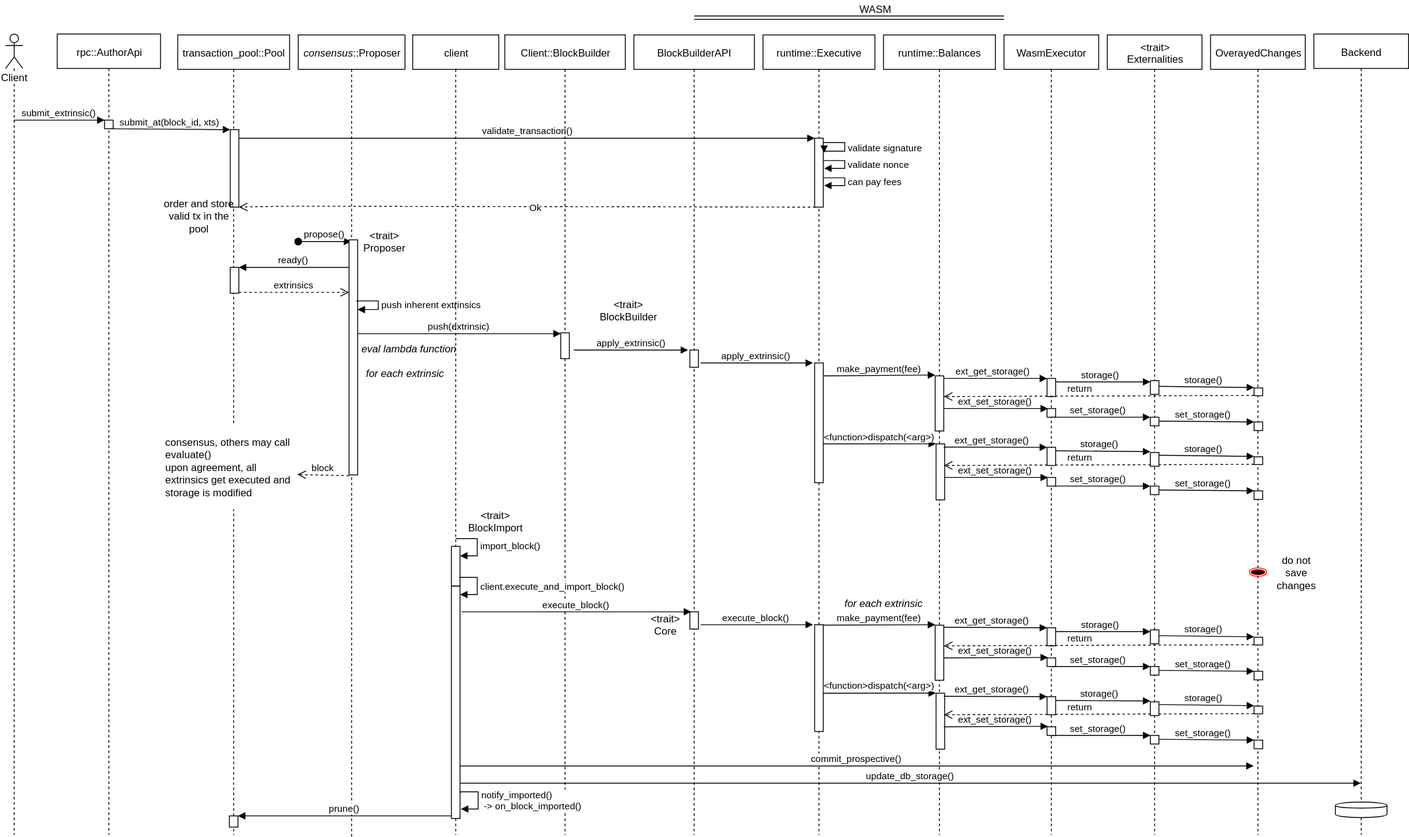
The draw.io diagram transaction sequence diagram.svg in brenzi/substrate-doc, before a commit. Source tidied: cells renumbered, new cells last; positions are measured from the earlier drawing's top-left corner, leaving out a move shared by most shapes.
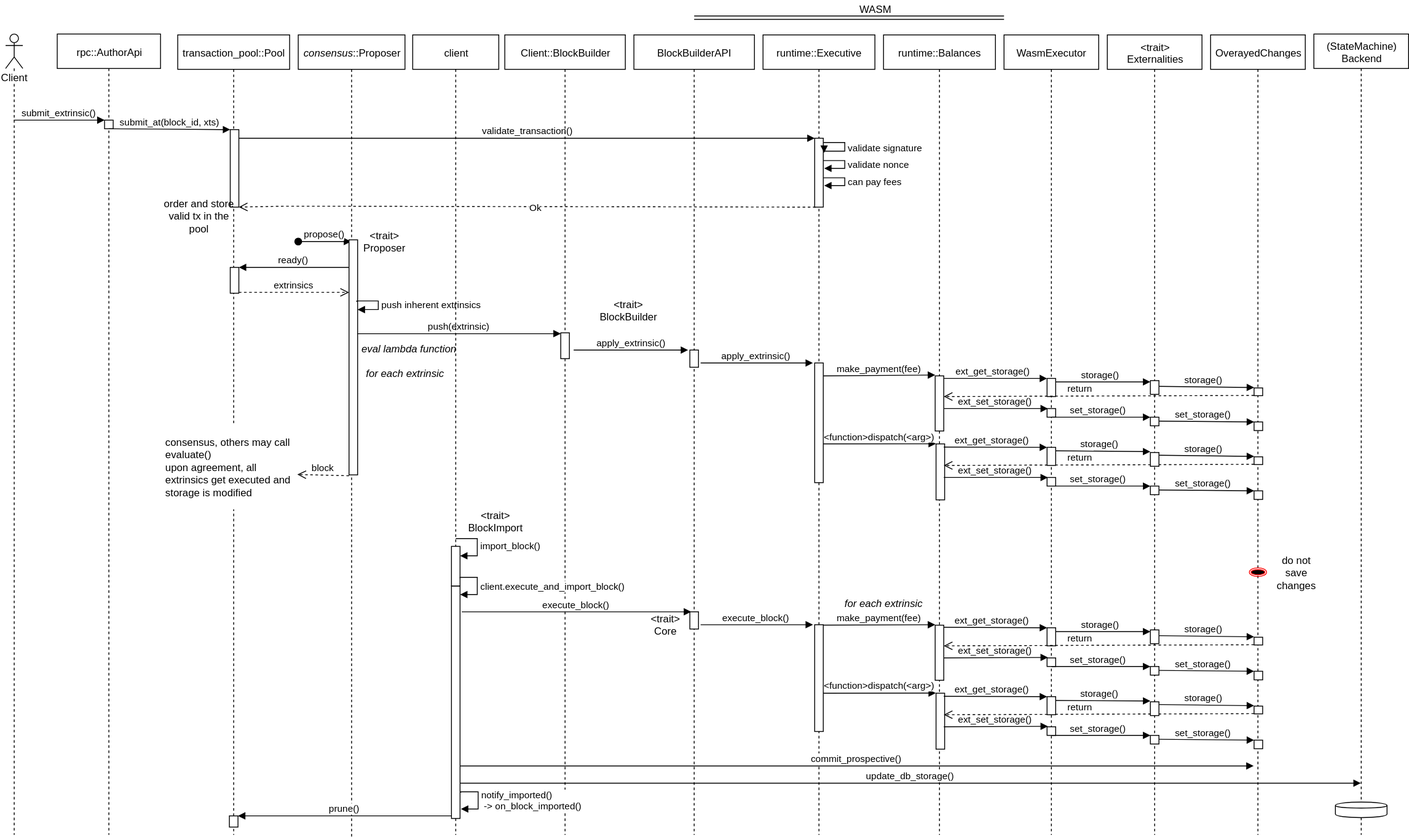
Later version of the same file.

Commit message:
commented backend to belong to state machine

What changed in the source:
```diff
@@ -298,7 +298,7 @@
     <mxCell id="71" style="html=1;perimeter=orthogonalPerimeter;" parent="52" vertex="1">
       <mxGeometry x="-70" y="485" width="10" height="16" as="geometry" />
     </mxCell>
-    <mxCell id="72" value="Backend" style="shape=umlLifeline;perimeter=lifelinePerimeter;whiteSpace=wrap;html=1;outlineConnect=0;" parent="1" vertex="1">
+    <mxCell id="72" value="(StateMachine)&lt;br&gt;Backend" style="shape=umlLifeline;perimeter=lifelinePerimeter;whiteSpace=wrap;html=1;outlineConnect=0;" parent="1" vertex="1">
       <mxGeometry x="1520" y="39" width="110" height="930" as="geometry" />
     </mxCell>
     <mxCell id="73" style="shape=cylinder;whiteSpace=wrap;html=1;boundedLbl=1;backgroundOutline=1;fillColor=#ffffff;" parent="72" vertex="1">
```
